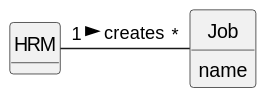
This is docs/sprintB/us002/02.analysis/svg/us002-domain-model.svg from diogoveirospro/lei-24-s2-1dg-g072, a PlantUML export, as it was before one commit.
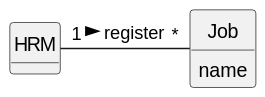
Later version of the same file.

Commit message:
Updated the analysis domain model, made small changes in some USs analyses

Change to the diagram source:
```diff
@@ -18,5 +18,5 @@
 
 }
 
-HRM "1" - "*" Job : creates >
+HRM "1" - "*" Job : register >
 @enduml
```
